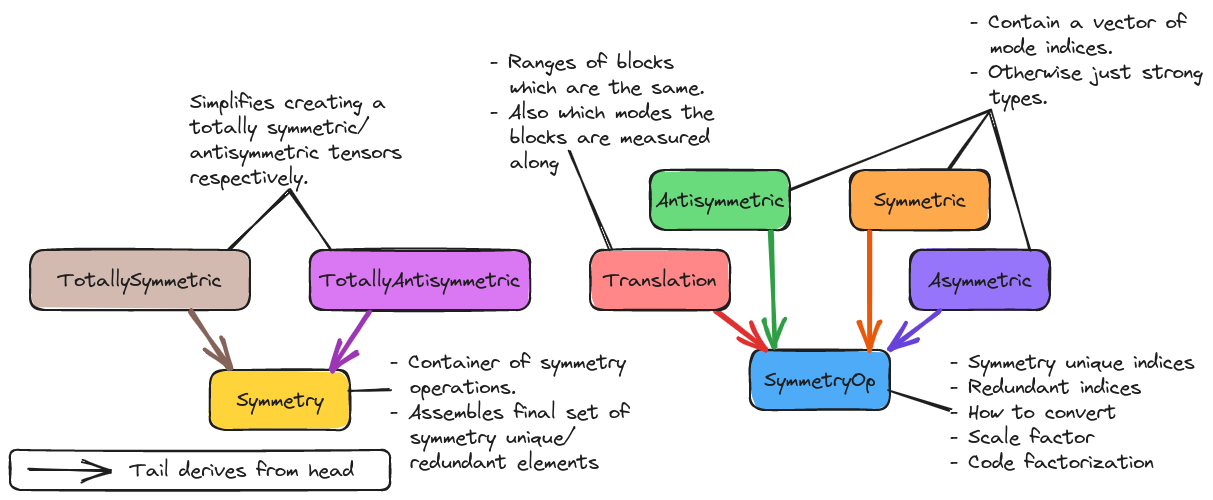
NWChemEx/TensorWrapper keeps this Excalidraw diagram as docs/source/developer/design/assets/symmetry.png. Above is the earlier version. Source tidied: one line per element, renumbered; positions are measured from the earlier drawing's top-left corner, leaving out a move shared by most shapes.
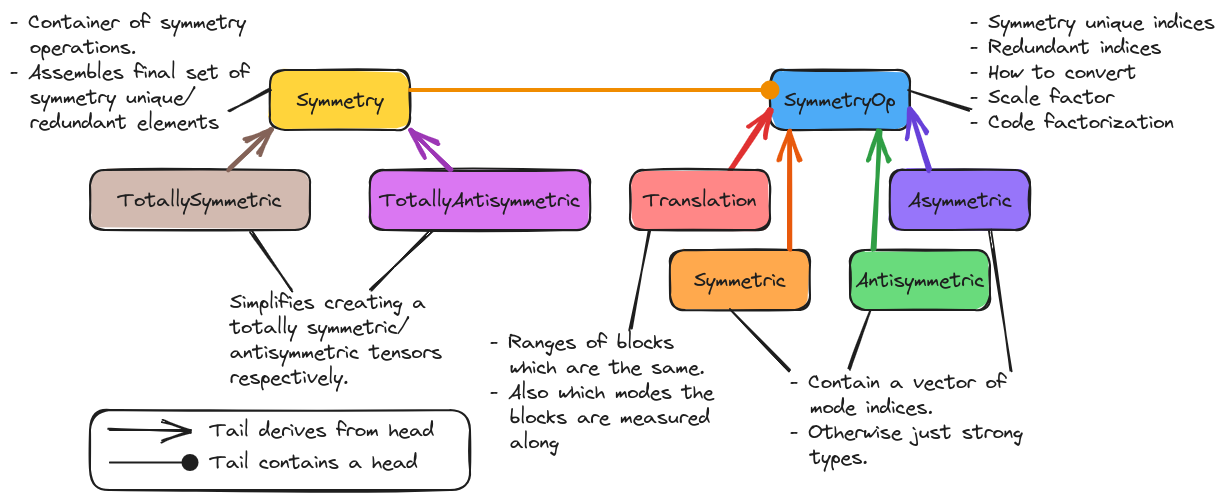
After the change.

What changed in the source:
```diff
@@ -1,38 +1,42 @@
-{"id": 0, "type": "rectangle", "strokeColor": "#1e1e1e", "backgroundColor": "#ffd43b", "fillStyle": "solid", "strokeWidth": 2, "roughness": 1, "round": true, "x": 200, "y": 360, "width": 140, "height": 60}
+{"id": 0, "type": "rectangle", "strokeColor": "#1e1e1e", "backgroundColor": "#ffd43b", "fillStyle": "solid", "strokeWidth": 2, "roughness": 1, "round": true, "x": 220, "y": -60, "width": 140, "height": 60}
-{"id": 1, "type": "text", "text": "Symmetry", "strokeColor": "#1e1e1e", "strokeWidth": 1, "roughness": 1, "fontSize": 20, "fontFamily": 1, "textAlign": "center", "verticalAlign": "middle", "inside": 0, "x": 226, "y": 378, "width": 87, "height": 25}
+{"id": 1, "type": "text", "text": "Symmetry", "strokeColor": "#1e1e1e", "strokeWidth": 1, "roughness": 1, "fontSize": 20, "fontFamily": 1, "textAlign": "center", "verticalAlign": "middle", "inside": 0, "x": 246, "y": -42, "width": 87, "height": 25}
-{"id": 2, "type": "rectangle", "strokeColor": "#1e1e1e", "backgroundColor": "#ffa94d", "fillStyle": "solid", "strokeWidth": 2, "roughness": 1, "round": true, "x": 840, "y": 160, "width": 140, "height": 60}
+{"id": 2, "type": "rectangle", "strokeColor": "#1e1e1e", "backgroundColor": "#ffa94d", "fillStyle": "solid", "strokeWidth": 2, "roughness": 1, "round": true, "x": 620, "y": 120, "width": 140, "height": 60}
-{"id": 3, "type": "text", "text": "Symmetric", "strokeColor": "#1e1e1e", "strokeWidth": 1, "roughness": 1, "fontSize": 20, "fontFamily": 1, "textAlign": "center", "verticalAlign": "middle", "inside": 2, "x": 864, "y": 178, "width": 92, "height": 25}
+{"id": 3, "type": "text", "text": "Symmetric", "strokeColor": "#1e1e1e", "strokeWidth": 1, "roughness": 1, "fontSize": 20, "fontFamily": 1, "textAlign": "center", "verticalAlign": "middle", "inside": 2, "x": 644, "y": 138, "width": 92, "height": 25}
-{"id": 4, "type": "rectangle", "strokeColor": "#1e1e1e", "backgroundColor": "#69db7c", "fillStyle": "solid", "strokeWidth": 2, "roughness": 1, "round": true, "x": 640, "y": 160, "width": 140, "height": 60}
+{"id": 4, "type": "rectangle", "strokeColor": "#1e1e1e", "backgroundColor": "#69db7c", "fillStyle": "solid", "strokeWidth": 2, "roughness": 1, "round": true, "x": 800, "y": 120, "width": 140, "height": 60}
-{"id": 5, "type": "text", "text": "Antisymmetric", "strokeColor": "#1e1e1e", "strokeWidth": 1, "roughness": 1, "fontSize": 20, "fontFamily": 1, "textAlign": "center", "verticalAlign": "middle", "inside": 4, "x": 646, "y": 178, "width": 129, "height": 25}
+{"id": 5, "type": "text", "text": "Antisymmetric", "strokeColor": "#1e1e1e", "strokeWidth": 1, "roughness": 1, "fontSize": 20, "fontFamily": 1, "textAlign": "center", "verticalAlign": "middle", "inside": 4, "x": 806, "y": 138, "width": 129, "height": 25}
-{"id": 6, "type": "text", "text": "- Contain a vector of\n  mode indices.\n- Otherwise just strong\n  types. ", "strokeColor": "#1e1e1e", "strokeWidth": 1, "roughness": 1, "fontSize": 20, "fontFamily": 1, "x": 960, "y": 0, "width": 233, "height": 100}
+{"id": 6, "type": "text", "text": "- Contain a vector of\n  mode indices.\n- Otherwise just strong\n  types. ", "strokeColor": "#1e1e1e", "strokeWidth": 1, "roughness": 1, "fontSize": 20, "fontFamily": 1, "x": 740, "y": 240, "width": 233, "height": 100}
-{"id": 7, "type": "rectangle", "strokeColor": "#1e1e1e", "backgroundColor": "#d2bab0", "fillStyle": "solid", "strokeWidth": 2, "roughness": 1, "round": true, "x": 20, "y": 240, "width": 220, "height": 60}
+{"id": 7, "type": "rectangle", "strokeColor": "#1e1e1e", "backgroundColor": "#d2bab0", "fillStyle": "solid", "strokeWidth": 2, "roughness": 1, "round": true, "x": 40, "y": 40, "width": 220, "height": 60}
-{"id": 8, "type": "text", "text": "TotallySymmetric", "strokeColor": "#1e1e1e", "strokeWidth": 1, "roughness": 1, "fontSize": 20, "fontFamily": 1, "textAlign": "center", "verticalAlign": "middle", "inside": 7, "x": 48, "y": 258, "width": 164, "height": 25}
+{"id": 8, "type": "text", "text": "TotallySymmetric", "strokeColor": "#1e1e1e", "strokeWidth": 1, "roughness": 1, "fontSize": 20, "fontFamily": 1, "textAlign": "center", "verticalAlign": "middle", "inside": 7, "x": 68, "y": 58, "width": 164, "height": 25}
-{"id": 9, "type": "rectangle", "strokeColor": "#1e1e1e", "backgroundColor": "#da77f2", "fillStyle": "solid", "strokeWidth": 2, "roughness": 1, "round": true, "x": 300, "y": 240, "width": 220, "height": 60}
+{"id": 9, "type": "rectangle", "strokeColor": "#1e1e1e", "backgroundColor": "#da77f2", "fillStyle": "solid", "strokeWidth": 2, "roughness": 1, "round": true, "x": 320, "y": 40, "width": 220, "height": 60}
-{"id": 10, "type": "text", "text": "TotallyAntisymmetric", "strokeColor": "#1e1e1e", "strokeWidth": 1, "roughness": 1, "fontSize": 20, "fontFamily": 1, "textAlign": "center", "verticalAlign": "middle", "inside": 9, "x": 310, "y": 258, "width": 201, "height": 25}
+{"id": 10, "type": "text", "text": "TotallyAntisymmetric", "strokeColor": "#1e1e1e", "strokeWidth": 1, "roughness": 1, "fontSize": 20, "fontFamily": 1, "textAlign": "center", "verticalAlign": "middle", "inside": 9, "x": 330, "y": 58, "width": 201, "height": 25}
-{"id": 11, "type": "arrow", "strokeColor": "#846358", "strokeWidth": 4, "roughness": 1, "endArrowhead": "arrow", "round": true, "from": 7, "to": 0, "x": 181, "y": 301, "width": 39, "height": 58, "points": [[0, 0], [39, 58]]}
+{"id": 11, "type": "arrow", "strokeColor": "#846358", "strokeWidth": 4, "roughness": 1, "endArrowhead": "arrow", "round": true, "from": 7, "to": 0, "x": 179, "y": 39, "width": 41, "height": 39, "points": [[0, 0], [41, -39]]}
-{"id": 12, "type": "arrow", "strokeColor": "#9c36b5", "strokeWidth": 4, "roughness": 1, "endArrowhead": "arrow", "round": true, "from": 9, "to": 0, "x": 359, "y": 301, "width": 39, "height": 58, "points": [[0, 0], [-39, 58]]}
+{"id": 12, "type": "arrow", "strokeColor": "#9c36b5", "strokeWidth": 4, "roughness": 1, "endArrowhead": "arrow", "round": true, "from": 9, "to": 0, "x": 401, "y": 39, "width": 41, "height": 39, "points": [[0, 0], [-41, -39]]}
-{"id": 13, "type": "rectangle", "strokeColor": "#1e1e1e", "backgroundColor": "#9775fa", "fillStyle": "solid", "strokeWidth": 2, "roughness": 1, "round": true, "x": 900, "y": 240, "width": 140, "height": 60}
+{"id": 13, "type": "rectangle", "strokeColor": "#1e1e1e", "backgroundColor": "#9775fa", "fillStyle": "solid", "strokeWidth": 2, "roughness": 1, "round": true, "x": 840, "y": 40, "width": 140, "height": 60}
-{"id": 14, "type": "text", "text": "Asymmetric", "strokeColor": "#1e1e1e", "strokeWidth": 1, "roughness": 1, "fontSize": 20, "fontFamily": 1, "textAlign": "center", "verticalAlign": "middle", "inside": 13, "x": 918, "y": 258, "width": 104, "height": 25}
+{"id": 14, "type": "text", "text": "Asymmetric", "strokeColor": "#1e1e1e", "strokeWidth": 1, "roughness": 1, "fontSize": 20, "fontFamily": 1, "textAlign": "center", "verticalAlign": "middle", "inside": 13, "x": 858, "y": 58, "width": 104, "height": 25}
-{"id": 15, "type": "rectangle", "strokeColor": "#1e1e1e", "backgroundColor": "#4dabf7", "fillStyle": "solid", "strokeWidth": 2, "roughness": 1, "round": true, "x": 740, "y": 340, "width": 140, "height": 60}
+{"id": 15, "type": "rectangle", "strokeColor": "#1e1e1e", "backgroundColor": "#4dabf7", "fillStyle": "solid", "strokeWidth": 2, "roughness": 1, "round": true, "x": 720, "y": -60, "width": 140, "height": 60}
-{"id": 16, "type": "text", "text": "SymmetryOp", "strokeColor": "#1e1e1e", "strokeWidth": 1, "roughness": 1, "fontSize": 20, "fontFamily": 1, "textAlign": "center", "verticalAlign": "middle", "inside": 15, "x": 754, "y": 358, "width": 111, "height": 25}
+{"id": 16, "type": "text", "text": "SymmetryOp", "strokeColor": "#1e1e1e", "strokeWidth": 1, "roughness": 1, "fontSize": 20, "fontFamily": 1, "textAlign": "center", "verticalAlign": "middle", "inside": 15, "x": 734, "y": -42, "width": 111, "height": 25}
-{"id": 17, "type": "text", "text": "- Symmetry unique indices\n- Redundant indices\n- How to convert\n- Scale factor\n- Code factorization", "strokeColor": "#1e1e1e", "strokeWidth": 1, "roughness": 1, "fontSize": 20, "fontFamily": 1, "x": 940, "y": 340, "width": 245, "height": 125}
+{"id": 17, "type": "text", "text": "- Symmetry unique indices\n- Redundant indices\n- How to convert\n- Scale factor\n- Code factorization", "strokeColor": "#1e1e1e", "strokeWidth": 1, "roughness": 1, "fontSize": 20, "fontFamily": 1, "x": 920, "y": -120, "width": 245, "height": 125}
-{"id": 18, "type": "arrow", "strokeColor": "#e8590c", "strokeWidth": 4, "roughness": 1, "endArrowhead": "arrow", "round": true, "from": 2, "to": 15, "x": 860, "y": 221, "width": 0, "height": 118, "points": [[0, 0], [0, 118]]}
+{"id": 18, "type": "arrow", "strokeColor": "#e8590c", "strokeWidth": 4, "roughness": 1, "endArrowhead": "arrow", "round": true, "from": 2, "to": 15, "x": 740, "y": 119, "width": 0, "height": 118, "points": [[0, 0], [0, -118]]}
-{"id": 19, "type": "arrow", "strokeColor": "#2f9e44", "strokeWidth": 4, "roughness": 1, "endArrowhead": "arrow", "round": true, "from": 4, "to": 15, "x": 760, "y": 221, "width": 6, "height": 117, "points": [[0, 0], [6, 117]]}
+{"id": 19, "type": "arrow", "strokeColor": "#2f9e44", "strokeWidth": 4, "roughness": 1, "endArrowhead": "arrow", "round": true, "from": 4, "to": 15, "x": 823, "y": 119, "width": 8, "height": 117, "points": [[0, 0], [8, -117]]}
-{"id": 20, "type": "arrow", "strokeColor": "#e03131", "strokeWidth": 4, "roughness": 1, "endArrowhead": "arrow", "round": true, "from": 21, "to": 15, "x": 706, "y": 301, "width": 49, "height": 38, "points": [[0, 0], [49, 38]]}
+{"id": 20, "type": "arrow", "strokeColor": "#e03131", "strokeWidth": 4, "roughness": 1, "endArrowhead": "arrow", "round": true, "from": 21, "to": 15, "x": 680, "y": 40, "width": 40, "height": 60, "points": [[0, 0], [40, -60]]}
-{"id": 21, "type": "rectangle", "strokeColor": "#1e1e1e", "backgroundColor": "#ff8787", "fillStyle": "solid", "strokeWidth": 2, "roughness": 1, "round": true, "x": 580, "y": 240, "width": 140, "height": 60}
+{"id": 21, "type": "rectangle", "strokeColor": "#1e1e1e", "backgroundColor": "#ff8787", "fillStyle": "solid", "strokeWidth": 2, "roughness": 1, "round": true, "x": 580, "y": 40, "width": 140, "height": 60}
-{"id": 22, "type": "text", "text": "Translation", "strokeColor": "#1e1e1e", "strokeWidth": 1, "roughness": 1, "fontSize": 20, "fontFamily": 1, "textAlign": "center", "verticalAlign": "middle", "inside": 21, "x": 594, "y": 258, "width": 113, "height": 25}
+{"id": 22, "type": "text", "text": "Translation", "strokeColor": "#1e1e1e", "strokeWidth": 1, "roughness": 1, "fontSize": 20, "fontFamily": 1, "textAlign": "center", "verticalAlign": "middle", "inside": 21, "x": 594, "y": 58, "width": 113, "height": 25}
-{"id": 23, "type": "arrow", "strokeColor": "#6741d9", "strokeWidth": 4, "roughness": 1, "endArrowhead": "arrow", "round": true, "from": 13, "to": 15, "x": 930, "y": 301, "width": 50, "height": 39, "points": [[0, 0], [-50, 39]]}
+{"id": 23, "type": "arrow", "strokeColor": "#6741d9", "strokeWidth": 4, "roughness": 1, "endArrowhead": "arrow", "round": true, "from": 13, "to": 15, "x": 880, "y": 40, "width": 20, "height": 60, "points": [[0, 0], [-20, -60]]}
-{"id": 24, "type": "line", "strokeColor": "#1e1e1e", "strokeWidth": 2, "roughness": 1, "round": true, "x": 780, "y": 180, "width": 200, "height": 80, "points": [[0, 0], [200, -80]]}
+{"id": 24, "type": "line", "strokeColor": "#1e1e1e", "strokeWidth": 2, "roughness": 1, "round": true, "x": 680, "y": 180, "width": 60, "height": 60, "points": [[0, 0], [60, 60]]}
-{"id": 25, "type": "line", "strokeColor": "#1e1e1e", "strokeWidth": 2, "roughness": 1, "round": true, "x": 940, "y": 160, "width": 40, "height": 60, "points": [[0, 0], [40, -60]]}
+{"id": 25, "type": "line", "strokeColor": "#1e1e1e", "strokeWidth": 2, "roughness": 1, "round": true, "x": 800, "y": 240, "width": 20, "height": 60, "points": [[0, 0], [20, -60]]}
-{"id": 26, "type": "line", "strokeColor": "#1e1e1e", "strokeWidth": 2, "roughness": 1, "round": true, "x": 1020, "y": 240, "width": 40, "height": 140, "points": [[0, 0], [-40, -140]]}
+{"id": 26, "type": "line", "strokeColor": "#1e1e1e", "strokeWidth": 2, "roughness": 1, "round": true, "x": 961, "y": 240, "width": 21, "height": 140, "points": [[0, 0], [-21, -140]]}
-{"id": 27, "type": "line", "strokeColor": "#1e1e1e", "strokeWidth": 2, "roughness": 1, "round": true, "x": 880, "y": 380, "width": 60, "height": 20, "points": [[0, 0], [60, 20]]}
+{"id": 27, "type": "line", "strokeColor": "#1e1e1e", "strokeWidth": 2, "roughness": 1, "round": true, "x": 860, "y": -40, "width": 60, "height": 20, "points": [[0, 0], [60, 20]]}
-{"id": 28, "type": "text", "text": "- Ranges of blocks\n  which are the same.\n- Also which modes the\n  blocks are measured\n  along", "strokeColor": "#1e1e1e", "backgroundColor": "#9775fa", "fillStyle": "solid", "strokeWidth": 2, "roughness": 1, "fontSize": 20, "fontFamily": 1, "x": 480, "y": 40, "width": 224, "height": 125}
+{"id": 28, "type": "text", "text": "- Ranges of blocks\n  which are the same.\n- Also which modes the\n  blocks are measured\n  along", "strokeColor": "#1e1e1e", "backgroundColor": "#9775fa", "fillStyle": "solid", "strokeWidth": 2, "roughness": 1, "fontSize": 20, "fontFamily": 1, "x": 440, "y": 200, "width": 224, "height": 125}
-{"id": 29, "type": "line", "strokeColor": "#1e1e1e", "backgroundColor": "#9775fa", "fillStyle": "solid", "strokeWidth": 2, "roughness": 1, "round": true, "x": 560, "y": 140, "width": 40, "height": 100, "points": [[0, 0], [40, 100]]}
+{"id": 29, "type": "line", "strokeColor": "#1e1e1e", "backgroundColor": "#9775fa", "fillStyle": "solid", "strokeWidth": 2, "roughness": 1, "round": true, "x": 600, "y": 100, "width": 20, "height": 100, "points": [[0, 0], [-20, 100]]}
-{"id": 30, "type": "text", "text": "Simplifies creating a\ntotally symmetric/\nantisymmetric tensors\nrespectively.\n", "strokeColor": "#1e1e1e", "backgroundColor": "#da77f2", "fillStyle": "solid", "strokeWidth": 4, "roughness": 1, "fontSize": 20, "fontFamily": 1, "x": 180, "y": 80, "width": 212, "height": 125}
+{"id": 30, "type": "text", "text": "Simplifies creating a\ntotally symmetric/\nantisymmetric tensors\nrespectively.\n", "strokeColor": "#1e1e1e", "backgroundColor": "#da77f2", "fillStyle": "solid", "strokeWidth": 4, "roughness": 1, "fontSize": 20, "fontFamily": 1, "x": 180, "y": 160, "width": 212, "height": 125}
-{"id": 31, "type": "line", "strokeColor": "#1e1e1e", "backgroundColor": "#da77f2", "fillStyle": "solid", "strokeWidth": 2, "roughness": 1, "round": true, "x": 220, "y": 240, "width": 60, "height": 60, "points": [[0, 0], [60, -60]]}
+{"id": 31, "type": "line", "strokeColor": "#1e1e1e", "backgroundColor": "#da77f2", "fillStyle": "solid", "strokeWidth": 2, "roughness": 1, "round": true, "x": 322, "y": 161, "width": 60, "height": 60, "points": [[0, 0], [60, -60]]}
-{"id": 32, "type": "line", "strokeColor": "#1e1e1e", "backgroundColor": "#da77f2", "fillStyle": "solid", "strokeWidth": 2, "roughness": 1, "round": true, "x": 280, "y": 180, "width": 40, "height": 60, "points": [[0, 0], [40, 60]]}
+{"id": 32, "type": "line", "strokeColor": "#1e1e1e", "backgroundColor": "#da77f2", "fillStyle": "solid", "strokeWidth": 2, "roughness": 1, "round": true, "x": 201, "y": 101, "width": 40, "height": 60, "points": [[0, 0], [40, 60]]}
-{"id": 33, "type": "text", "text": "- Container of symmetry\n  operations.\n- Assembles final set of\n  symmetry unique/\n  redundant elements", "strokeColor": "#1e1e1e", "backgroundColor": "#da77f2", "fillStyle": "solid", "strokeWidth": 2, "roughness": 1, "fontSize": 20, "fontFamily": 1, "x": 380, "y": 340, "width": 240, "height": 125}
+{"id": 33, "type": "text", "text": "- Container of symmetry\n  operations.\n- Assembles final set of\n  symmetry unique/\n  redundant elements", "strokeColor": "#1e1e1e", "backgroundColor": "#da77f2", "fillStyle": "solid", "strokeWidth": 2, "roughness": 1, "fontSize": 20, "fontFamily": 1, "x": -40, "y": -120, "width": 240, "height": 125}
-{"id": 34, "type": "line", "strokeColor": "#1e1e1e", "backgroundColor": "#da77f2", "fillStyle": "solid", "strokeWidth": 2, "roughness": 1, "round": true, "x": 340, "y": 380, "width": 40, "height": 0, "points": [[0, 0], [40, 0]]}
+{"id": 34, "type": "line", "strokeColor": "#1e1e1e", "backgroundColor": "#da77f2", "fillStyle": "solid", "strokeWidth": 2, "roughness": 1, "round": true, "x": 180, "y": -20, "width": 40, "height": 20, "points": [[0, 0], [40, -20]]}
+{"id": 38, "type": "arrow", "strokeColor": "#ffffff", "backgroundColor": "#4dabf7", "fillStyle": "solid", "strokeWidth": 1, "roughness": 0, "endArrowhead": "arrow", "x": 720, "y": -40, "width": 320, "height": 0, "points": [[0, 0], [-320, 0]]}
+{"id": 39, "type": "arrow", "strokeColor": "#f08c00", "backgroundColor": "#4dabf7", "fillStyle": "solid", "strokeWidth": 4, "roughness": 0, "endArrowhead": "dot", "to": 15, "x": 360, "y": -40, "width": 360, "height": 0, "points": [[0, 0], [360, 0]]}
-{"id": 35, "type": "rectangle", "strokeColor": "#1e1e1e", "backgroundColor": "#ffffff", "fillStyle": "solid", "strokeWidth": 2, "roughness": 1, "round": true, "x": 0, "y": 440, "width": 380, "height": 40}
+{"id": 35, "type": "rectangle", "strokeColor": "#1e1e1e", "backgroundColor": "#ffffff", "fillStyle": "solid", "strokeWidth": 2, "roughness": 1, "round": true, "x": 40, "y": 280, "width": 380, "height": 80}
-{"id": 36, "type": "arrow", "strokeColor": "#1e1e1e", "backgroundColor": "#ffffff", "fillStyle": "solid", "strokeWidth": 2, "roughness": 1, "endArrowhead": "arrow", "round": true, "x": 20, "y": 461, "width": 80, "height": 0, "points": [[0, 0], [80, 0]]}
+{"id": 36, "type": "arrow", "strokeColor": "#1e1e1e", "backgroundColor": "#ffffff", "fillStyle": "solid", "strokeWidth": 2, "roughness": 1, "endArrowhead": "arrow", "round": true, "x": 60, "y": 301, "width": 80, "height": 0, "points": [[0, 0], [80, 0]]}
-{"id": 37, "type": "text", "text": "Tail derives from head", "strokeColor": "#1e1e1e", "backgroundColor": "#ffffff", "fillStyle": "solid", "strokeWidth": 2, "roughness": 1, "fontSize": 20, "fontFamily": 1, "x": 120, "y": 448, "width": 224, "height": 25}
+{"id": 37, "type": "text", "text": "Tail derives from head", "strokeColor": "#1e1e1e", "backgroundColor": "#ffffff", "fillStyle": "solid", "strokeWidth": 2, "roughness": 1, "fontSize": 20, "fontFamily": 1, "x": 160, "y": 288, "width": 224, "height": 25}
+{"id": 40, "type": "arrow", "strokeColor": "#1e1e1e", "backgroundColor": "#4dabf7", "fillStyle": "solid", "strokeWidth": 2, "roughness": 0, "endArrowhead": "dot", "x": 60, "y": 332, "width": 80, "height": 0, "points": [[0, 0], [80, 0]]}
+{"id": 41, "type": "text", "text": "Tail contains a head", "strokeColor": "#1e1e1e", "backgroundColor": "#4dabf7", "fillStyle": "solid", "strokeWidth": 4, "roughness": 0, "fontSize": 20, "fontFamily": 1, "x": 160, "y": 320, "width": 208, "height": 25}
```
